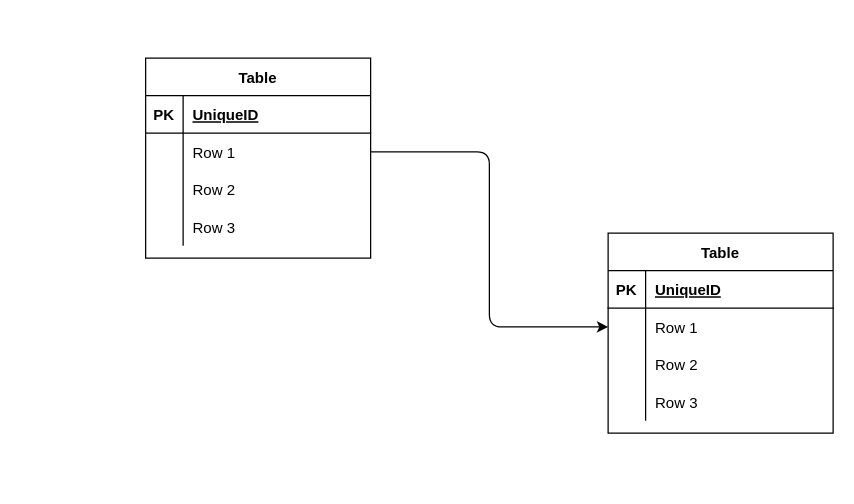
This is test.dio from takesoo/mermaid, a draw.io file, before an edit. Source tidied: cells renumbered, new cells numbered last; positions are measured from the earlier drawing's top-left corner, leaving out a move shared by most shapes. Both pictures are drawn from the tidied source at 125%, with x=0, y=0 at pixel (145, 58).
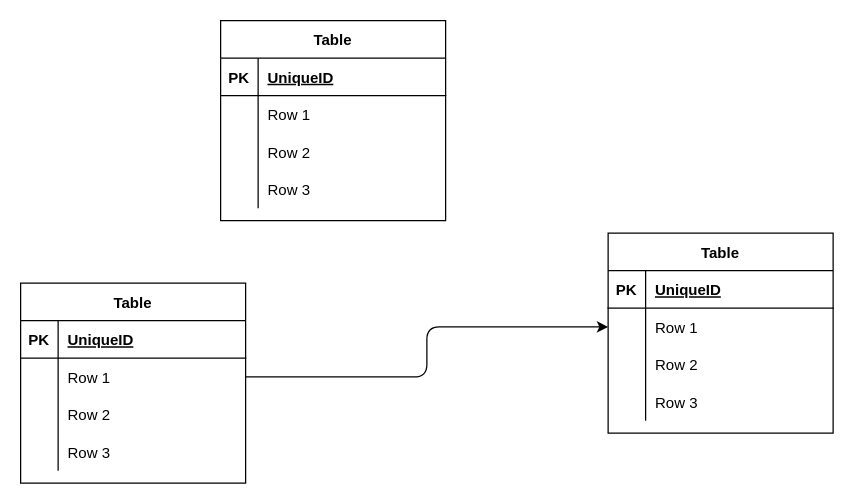
Above is the later version.

Change to the diagram source:
```diff
@@
     <mxCell id="2" value="Table" style="shape=table;startSize=30;childLayout=tableLayout;rowLines=0;fontStyle=1;align=center;" parent="1" vertex="1">
-      <mxGeometry width="180" height="160" as="geometry" />
+      <mxGeometry x="-100" y="180" width="180" height="160" as="geometry" />
     </mxCell>
@@
+    <mxCell id="29" value="Table" style="shape=table;startSize=30;childLayout=tableLayout;rowLines=0;fontStyle=1;align=center;" parent="1" vertex="1">
+      <mxGeometry x="60" y="-30" width="180" height="160" as="geometry" />
+    </mxCell>
+    <mxCell id="30" style="shape=partialRectangle;fillColor=none;top=0;left=0;bottom=1;right=0;" parent="29" vertex="1">
+      <mxGeometry y="30" width="180" height="30" as="geometry" />
+    </mxCell>
+    <mxCell id="31" value="PK" style="shape=partialRectangle;fillColor=none;top=0;left=0;bottom=0;right=0;fontStyle=1;overflow=hidden;" parent="30" vertex="1">
+      <mxGeometry width="30" height="30" as="geometry" />
+    </mxCell>
+    <mxCell id="32" value="UniqueID" style="shape=partialRectangle;fillColor=none;top=0;left=0;bottom=0;right=0;align=left;spacingLeft=6;fontStyle=5;overflow=hidden;" parent="30" vertex="1">
+      <mxGeometry x="30" width="150" height="30" as="geometry" />
+    </mxCell>
+    <mxCell id="33" style="shape=partialRectangle;fillColor=none;top=0;left=0;bottom=0;right=0;" parent="29" vertex="1">
+      <mxGeometry y="60" width="180" height="30" as="geometry" />
+    </mxCell>
+    <mxCell id="34" style="shape=partialRectangle;fillColor=none;top=0;left=0;bottom=0;right=0;overflow=hidden;" parent="33" vertex="1">
+      <mxGeometry width="30" height="30" as="geometry" />
+    </mxCell>
+    <mxCell id="35" value="Row 1" style="shape=partialRectangle;fillColor=none;top=0;left=0;bottom=0;right=0;align=left;spacingLeft=6;overflow=hidden;" parent="33" vertex="1">
+      <mxGeometry x="30" width="150" height="30" as="geometry" />
+    </mxCell>
+    <mxCell id="36" style="shape=partialRectangle;fillColor=none;top=0;left=0;bottom=0;right=0;" parent="29" vertex="1">
+      <mxGeometry y="90" width="180" height="30" as="geometry" />
+    </mxCell>
+    <mxCell id="37" style="shape=partialRectangle;fillColor=none;top=0;left=0;bottom=0;right=0;overflow=hidden;" parent="36" vertex="1">
+      <mxGeometry width="30" height="30" as="geometry" />
+    </mxCell>
+    <mxCell id="38" value="Row 2" style="shape=partialRectangle;fillColor=none;top=0;left=0;bottom=0;right=0;align=left;spacingLeft=6;overflow=hidden;" parent="36" vertex="1">
+      <mxGeometry x="30" width="150" height="30" as="geometry" />
+    </mxCell>
+    <mxCell id="39" style="shape=partialRectangle;fillColor=none;top=0;left=0;bottom=0;right=0;" parent="29" vertex="1">
+      <mxGeometry y="120" width="180" height="30" as="geometry" />
+    </mxCell>
+    <mxCell id="40" style="shape=partialRectangle;fillColor=none;top=0;left=0;bottom=0;right=0;overflow=hidden;" parent="39" vertex="1">
+      <mxGeometry width="30" height="30" as="geometry" />
+    </mxCell>
+    <mxCell id="41" value="Row 3" style="shape=partialRectangle;fillColor=none;top=0;left=0;bottom=0;right=0;align=left;spacingLeft=6;overflow=hidden;" parent="39" vertex="1">
+      <mxGeometry x="30" width="150" height="30" as="geometry" />
+    </mxCell>
```
